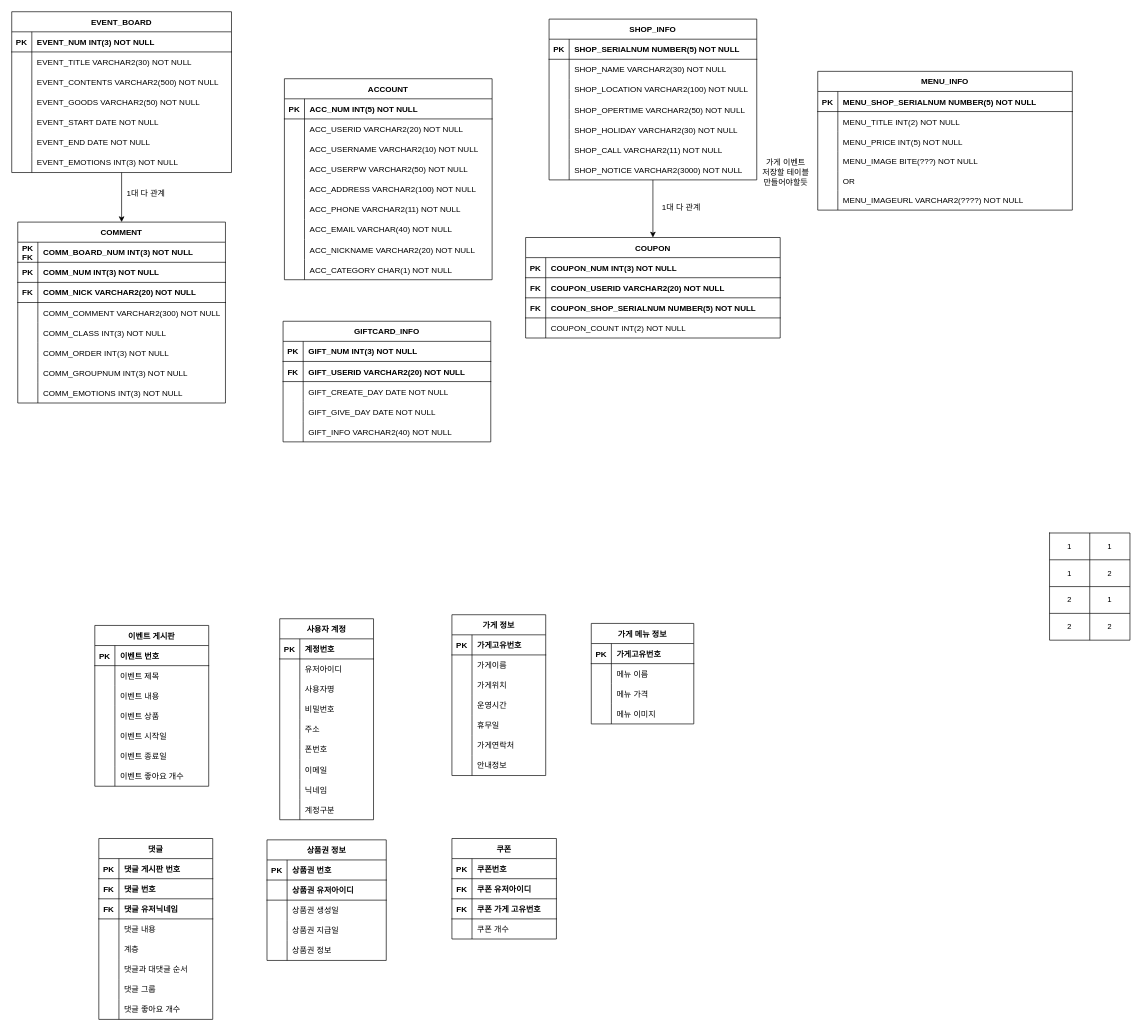
Before: page "ENGLISH" (1 of 2) of ERD_capstone.drawio in jgy2808/TERM_Project, a draw.io diagram. Source tidied: cells renumbered, new cells numbered last; positions are measured from the earlier drawing's top-left corner, leaving out a move shared by most shapes. Both pictures are drawn from the tidied source at 67%, with x=0, y=0 at pixel (11, 11).
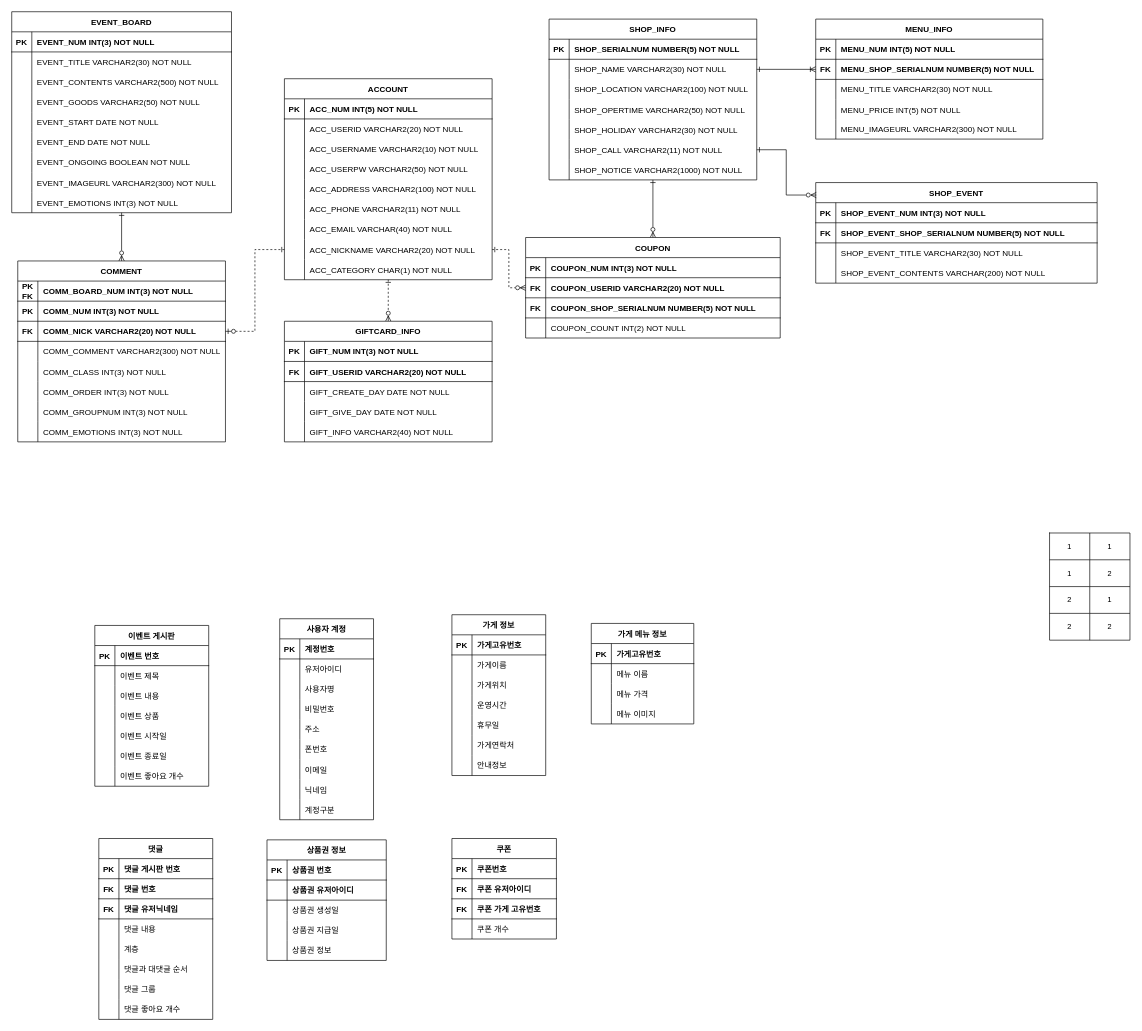
The same diagram, later.

The change refers to these unchanged cells:
```xml
<mxCell id="2" value="ACCOUNT" style="shape=table;startSize=30;childLayout=tableLayout;rowLines=0;fontStyle=1;align=center;" parent="1" vertex="1">
  <mxGeometry x="407" y="100" width="310" height="300" as="geometry" />
</mxCell>
<mxCell id="24" style="shape=partialRectangle;fillColor=none;points=[[0,0.5],[1,0.5]];portConstraint=eastwest;top=0;left=0;right=0;bottom=0;" parent="2" vertex="1">
  <mxGeometry y="240" width="310" height="30" as="geometry" />
</mxCell>
<mxCell id="54" value="SHOP_INFO" style="shape=table;startSize=30;childLayout=tableLayout;rowLines=0;fontStyle=1;align=center;" parent="1" vertex="1">
  <mxGeometry x="802" y="11" width="310" height="240" as="geometry" />
</mxCell>
<mxCell id="58" style="shape=partialRectangle;fillColor=none;points=[[0,0.5],[1,0.5]];portConstraint=eastwest;top=0;left=0;right=0;bottom=0;" parent="54" vertex="1">
  <mxGeometry y="60" width="310" height="30" as="geometry" />
</mxCell>
<mxCell id="70" style="shape=partialRectangle;fillColor=none;points=[[0,0.5],[1,0.5]];portConstraint=eastwest;top=0;left=0;right=0;bottom=0;" parent="54" vertex="1">
  <mxGeometry y="180" width="310" height="30" as="geometry" />
</mxCell>
<mxCell id="73" style="shape=partialRectangle;fillColor=none;top=0;left=0;right=0;bottom=0;" parent="54" vertex="1">
  <mxGeometry y="210" width="310" height="30" as="geometry" />
</mxCell>
<mxCell id="83" style="shape=partialRectangle;fillColor=none;points=[[0,0.5],[1,0.5]];portConstraint=eastwest;top=0;left=0;right=0;bottom=1;" parent="76" vertex="1">
  <mxGeometry y="90" width="310" height="30" as="geometry" />
</mxCell>
<mxCell id="230" value="COUPON" style="shape=table;startSize=30;childLayout=tableLayout;rowLines=0;fontStyle=1;align=center;" parent="1" vertex="1">
  <mxGeometry x="767" y="337" width="380" height="150" as="geometry" />
</mxCell>
<mxCell id="234" style="shape=partialRectangle;fillColor=none;points=[[0,0.5],[1,0.5]];portConstraint=eastwest;top=0;left=0;right=0;bottom=1;" parent="230" vertex="1">
  <mxGeometry y="60" width="380" height="30" as="geometry" />
</mxCell>
```

What changed in the source:
```diff
@@
+    <mxCell id="305" style="edgeStyle=orthogonalEdgeStyle;rounded=0;jettySize=auto;html=1;dashed=1;startArrow=ERone;startFill=0;endArrow=ERzeroToMany;endFill=0;" parent="1" edge="1" source="2" target="198">
+      <mxGeometry relative="1" as="geometry" />
+    </mxCell>
@@
-    <mxCell id="30" style="edgeStyle=orthogonalEdgeStyle;rounded=0;jettySize=auto;html=1;" parent="1" edge="1" source="31" target="76">
+    <mxCell id="30" style="edgeStyle=orthogonalEdgeStyle;rounded=0;jettySize=auto;html=1;startArrow=ERone;startFill=0;endArrow=ERzeroToMany;endFill=0;" parent="1" edge="1" source="31" target="76">
       <mxGeometry relative="1" as="geometry" />
     </mxCell>
     <mxCell id="31" value="EVENT_BOARD" style="shape=table;startSize=30;childLayout=tableLayout;rowLines=0;fontStyle=1;align=center;" parent="1" vertex="1">
-      <mxGeometry width="328" height="240" as="geometry" />
+      <mxGeometry width="328" height="300" as="geometry" />
     </mxCell>
@@
+    <mxCell id="306" style="shape=partialRectangle;fillColor=none;top=0;left=0;right=0;bottom=0;" parent="31" vertex="1">
+      <mxGeometry y="210" width="328" height="30" as="geometry" />
+    </mxCell>
+    <mxCell id="307" style="shape=partialRectangle;overflow=hidden;fillColor=none;top=0;left=0;bottom=0;right=0;" parent="306" vertex="1">
+      <mxGeometry width="30" height="30" as="geometry" />
+    </mxCell>
+    <mxCell id="308" value="EVENT_ONGOING BOOLEAN NOT NULL" style="shape=partialRectangle;overflow=hidden;fillColor=none;top=0;left=0;bottom=0;right=0;align=left;spacingLeft=6;" parent="306" vertex="1">
+      <mxGeometry x="30" width="298" height="30" as="geometry" />
+    </mxCell>
+    <mxCell id="309" style="shape=partialRectangle;fillColor=none;top=0;left=0;right=0;bottom=0;" parent="31" vertex="1">
+      <mxGeometry y="240" width="328" height="30" as="geometry" />
+    </mxCell>
+    <mxCell id="310" style="shape=partialRectangle;overflow=hidden;fillColor=none;top=0;left=0;bottom=0;right=0;" parent="309" vertex="1">
+      <mxGeometry width="30" height="30" as="geometry" />
+    </mxCell>
+    <mxCell id="311" value="EVENT_IMAGEURL VARCHAR2(300) NOT NULL" style="shape=partialRectangle;overflow=hidden;fillColor=none;top=0;left=0;bottom=0;right=0;align=left;spacingLeft=6;" parent="309" vertex="1">
+      <mxGeometry x="30" width="298" height="30" as="geometry" />
+    </mxCell>
     <mxCell id="50" style="shape=partialRectangle;fillColor=none;top=0;left=0;right=0;bottom=0;" parent="31" vertex="1">
-      <mxGeometry y="210" width="328" height="30" as="geometry" />
+      <mxGeometry y="270" width="328" height="30" as="geometry" />
     </mxCell>
@@
-    <mxCell id="53" style="edgeStyle=orthogonalEdgeStyle;rounded=0;jettySize=auto;html=1;" parent="1" edge="1" source="54" target="230">
+    <mxCell id="53" style="edgeStyle=orthogonalEdgeStyle;rounded=0;jettySize=auto;html=1;startArrow=ERone;startFill=0;endArrow=ERzeroToMany;endFill=0;" parent="1" edge="1" source="54" target="230">
       <mxGeometry relative="1" as="geometry" />
     </mxCell>
@@
-    <mxCell id="75" value="SHOP_NOTICE VARCHAR2(3000) NOT NULL" style="shape=partialRectangle;overflow=hidden;fillColor=none;top=0;left=0;bottom=0;right=0;align=left;spacingLeft=6;" parent="73" vertex="1">
+    <mxCell id="75" value="SHOP_NOTICE VARCHAR2(1000) NOT NULL" style="shape=partialRectangle;overflow=hidden;fillColor=none;top=0;left=0;bottom=0;right=0;align=left;spacingLeft=6;" parent="73" vertex="1">
       <mxGeometry x="30" width="280" height="30" as="geometry" />
     </mxCell>
     <mxCell id="76" value="COMMENT" style="shape=table;startSize=30;childLayout=tableLayout;rowLines=0;fontStyle=1;align=center;" parent="1" vertex="1">
-      <mxGeometry x="9" y="314" width="310" height="270" as="geometry" />
+      <mxGeometry x="9" y="372" width="310" height="270" as="geometry" />
     </mxCell>
@@
     <mxCell id="198" value="GIFTCARD_INFO" style="shape=table;startSize=30;childLayout=tableLayout;rowLines=0;fontStyle=1;align=center;" parent="1" vertex="1">
-      <mxGeometry x="405" y="462" width="310" height="180" as="geometry" />
+      <mxGeometry x="407" y="462" width="310" height="180" as="geometry" />
     </mxCell>
@@
-    <mxCell id="244" value="1대 다 관계" style="text;html=1;align=center;verticalAlign=middle;strokeColor=none;fillColor=none;" parent="1" vertex="1">
-      <mxGeometry x="164" y="263" width="72" height="18" as="geometry" />
-    </mxCell>
-    <mxCell id="245" value="1대 다 관계" style="text;html=1;align=center;verticalAlign=middle;strokeColor=none;fillColor=none;" parent="1" vertex="1">
-      <mxGeometry x="963" y="283" width="72" height="18" as="geometry" />
-    </mxCell>
     <mxCell id="246" value="MENU_INFO" style="shape=table;startSize=30;childLayout=tableLayout;rowLines=0;fontStyle=1;align=center;" parent="1" vertex="1">
-      <mxGeometry x="1203" y="89" width="380" height="207.1" as="geometry" />
+      <mxGeometry x="1200" y="11" width="339" height="179.1" as="geometry" />
     </mxCell>
+    <mxCell id="312" style="shape=partialRectangle;fillColor=none;top=0;left=0;right=0;bottom=1;" parent="246" vertex="1">
+      <mxGeometry y="30" width="339" height="30" as="geometry" />
+    </mxCell>
+    <mxCell id="313" value="PK" style="shape=partialRectangle;overflow=hidden;fillColor=none;top=0;left=0;bottom=0;right=0;fontStyle=1;" parent="312" vertex="1">
+      <mxGeometry width="30" height="30" as="geometry" />
+    </mxCell>
+    <mxCell id="314" value="MENU_NUM INT(5) NOT NULL" style="shape=partialRectangle;overflow=hidden;fillColor=none;top=0;left=0;bottom=0;right=0;align=left;spacingLeft=6;fontStyle=1;" parent="312" vertex="1">
+      <mxGeometry x="30" width="309" height="30" as="geometry" />
+    </mxCell>
     <mxCell id="247" style="shape=partialRectangle;fillColor=none;points=[[0,0.5],[1,0.5]];portConstraint=eastwest;top=0;left=0;right=0;bottom=1;" parent="246" vertex="1">
-      <mxGeometry y="30" width="380" height="30" as="geometry" />
+      <mxGeometry y="60" width="339" height="30" as="geometry" />
     </mxCell>
-    <mxCell id="248" value="PK" style="shape=partialRectangle;overflow=hidden;fillColor=none;top=0;left=0;bottom=0;right=0;fontStyle=1;" parent="247" vertex="1">
+    <mxCell id="248" value="FK" style="shape=partialRectangle;overflow=hidden;fillColor=none;top=0;left=0;bottom=0;right=0;fontStyle=1;" parent="247" vertex="1">
       <mxGeometry width="30" height="30" as="geometry" />
     </mxCell>
     <mxCell id="249" value="MENU_SHOP_SERIALNUM NUMBER(5) NOT NULL" style="shape=partialRectangle;overflow=hidden;fillColor=none;top=0;left=0;bottom=0;right=0;align=left;spacingLeft=6;fontStyle=1;" parent="247" vertex="1">
-      <mxGeometry x="30" width="350" height="30" as="geometry" />
+      <mxGeometry x="30" width="309" height="30" as="geometry" />
     </mxCell>
     <mxCell id="250" style="shape=partialRectangle;fillColor=none;top=0;left=0;right=0;bottom=0;" parent="246" vertex="1">
-      <mxGeometry y="60" width="380" height="30" as="geometry" />
+      <mxGeometry y="90" width="339" height="30" as="geometry" />
     </mxCell>
@@
-    <mxCell id="252" value="MENU_TITLE INT(2) NOT NULL" style="shape=partialRectangle;overflow=hidden;fillColor=none;top=0;left=0;bottom=0;right=0;align=left;spacingLeft=6;" parent="250" vertex="1">
-      <mxGeometry x="30" width="350" height="30" as="geometry" />
+    <mxCell id="252" value="MENU_TITLE VARCHAR2(30) NOT NULL" style="shape=partialRectangle;overflow=hidden;fillColor=none;top=0;left=0;bottom=0;right=0;align=left;spacingLeft=6;" parent="250" vertex="1">
+      <mxGeometry x="30" width="309" height="30" as="geometry" />
     </mxCell>
     <mxCell id="253" style="shape=partialRectangle;fillColor=none;top=0;left=0;right=0;bottom=0;" parent="246" vertex="1">
-      <mxGeometry y="90" width="380" height="30" as="geometry" />
+      <mxGeometry y="120" width="339" height="30" as="geometry" />
     </mxCell>
@@
     <mxCell id="255" value="MENU_PRICE INT(5) NOT NULL" style="shape=partialRectangle;overflow=hidden;fillColor=none;top=0;left=0;bottom=0;right=0;align=left;spacingLeft=6;" parent="253" vertex="1">
-      <mxGeometry x="30" width="350" height="30" as="geometry" />
+      <mxGeometry x="30" width="309" height="30" as="geometry" />
     </mxCell>
-    <mxCell id="256" style="shape=partialRectangle;fillColor=none;top=0;left=0;right=0;bottom=0;" parent="246" vertex="1">
-      <mxGeometry y="120" width="380" height="29" as="geometry" />
-    </mxCell>
-    <mxCell id="257" style="shape=partialRectangle;overflow=hidden;fillColor=none;top=0;left=0;bottom=0;right=0;" parent="256" vertex="1">
-      <mxGeometry width="30" height="29" as="geometry" />
-    </mxCell>
-    <mxCell id="258" value="MENU_IMAGE BITE(???) NOT NULL" style="shape=partialRectangle;overflow=hidden;fillColor=none;top=0;left=0;bottom=0;right=0;align=left;spacingLeft=6;" parent="256" vertex="1">
-      <mxGeometry x="30" width="350" height="29" as="geometry" />
-    </mxCell>
-    <mxCell id="259" style="shape=partialRectangle;fillColor=none;top=0;left=0;right=0;bottom=0;" parent="246" vertex="1">
-      <mxGeometry y="149" width="380" height="29" as="geometry" />
-    </mxCell>
-    <mxCell id="260" style="shape=partialRectangle;overflow=hidden;fillColor=none;top=0;left=0;bottom=0;right=0;" parent="259" vertex="1">
-      <mxGeometry width="30" height="29" as="geometry" />
-    </mxCell>
-    <mxCell id="261" value="OR" style="shape=partialRectangle;overflow=hidden;fillColor=none;top=0;left=0;bottom=0;right=0;align=left;spacingLeft=6;" parent="259" vertex="1">
-      <mxGeometry x="30" width="350" height="29" as="geometry" />
-    </mxCell>
     <mxCell id="262" style="shape=partialRectangle;fillColor=none;top=0;left=0;right=0;bottom=0;" parent="246" vertex="1">
-      <mxGeometry y="178" width="380" height="29" as="geometry" />
+      <mxGeometry y="150" width="339" height="29" as="geometry" />
     </mxCell>
@@
-    <mxCell id="264" value="MENU_IMAGEURL VARCHAR2(????) NOT NULL" style="shape=partialRectangle;overflow=hidden;fillColor=none;top=0;left=0;bottom=0;right=0;align=left;spacingLeft=6;" parent="262" vertex="1">
-      <mxGeometry x="30" width="350" height="29" as="geometry" />
+    <mxCell id="264" value="MENU_IMAGEURL VARCHAR2(300) NOT NULL" style="shape=partialRectangle;overflow=hidden;fillColor=none;top=0;left=0;bottom=0;right=0;align=left;spacingLeft=6;" parent="262" vertex="1">
+      <mxGeometry x="30" width="309" height="29" as="geometry" />
     </mxCell>
@@
-    <mxCell id="278" value="가게 이벤트&lt;br&gt;저장할 테이블&lt;br&gt;만들어야할듯" style="text;html=1;align=center;verticalAlign=middle;strokeColor=none;fillColor=none;" parent="1" vertex="1">
-      <mxGeometry x="1112" y="217" width="85" height="46" as="geometry" />
-    </mxCell>
@@
+    <mxCell id="315" value="SHOP_EVENT" style="shape=table;startSize=30;childLayout=tableLayout;rowLines=0;fontStyle=1;align=center;" parent="1" vertex="1">
+      <mxGeometry x="1200" y="255" width="420" height="150.1" as="geometry" />
+    </mxCell>
+    <mxCell id="316" style="shape=partialRectangle;fillColor=none;top=0;left=0;right=0;bottom=1;" parent="315" vertex="1">
+      <mxGeometry y="30" width="420" height="30" as="geometry" />
+    </mxCell>
+    <mxCell id="317" value="PK" style="shape=partialRectangle;overflow=hidden;fillColor=none;top=0;left=0;bottom=0;right=0;fontStyle=1;" parent="316" vertex="1">
+      <mxGeometry width="30" height="30" as="geometry" />
+    </mxCell>
+    <mxCell id="318" value="SHOP_EVENT_NUM INT(3) NOT NULL" style="shape=partialRectangle;overflow=hidden;fillColor=none;top=0;left=0;bottom=0;right=0;align=left;spacingLeft=6;fontStyle=1;" parent="316" vertex="1">
+      <mxGeometry x="30" width="390" height="30" as="geometry" />
+    </mxCell>
+    <mxCell id="319" style="shape=partialRectangle;fillColor=none;top=0;left=0;right=0;bottom=1;" parent="315" vertex="1">
+      <mxGeometry y="60" width="420" height="30" as="geometry" />
+    </mxCell>
+    <mxCell id="320" value="FK" style="shape=partialRectangle;overflow=hidden;fillColor=none;top=0;left=0;bottom=0;right=0;fontStyle=1;" parent="319" vertex="1">
+      <mxGeometry width="30" height="30" as="geometry" />
+    </mxCell>
+    <mxCell id="321" value="SHOP_EVENT_SHOP_SERIALNUM NUMBER(5) NOT NULL" style="shape=partialRectangle;overflow=hidden;fillColor=none;top=0;left=0;bottom=0;right=0;align=left;spacingLeft=6;fontStyle=1;" parent="319" vertex="1">
+      <mxGeometry x="30" width="390" height="30" as="geometry" />
+    </mxCell>
+    <mxCell id="322" style="shape=partialRectangle;fillColor=none;top=0;left=0;right=0;bottom=0;" parent="315" vertex="1">
+      <mxGeometry y="90" width="420" height="30" as="geometry" />
+    </mxCell>
+    <mxCell id="323" style="shape=partialRectangle;overflow=hidden;fillColor=none;top=0;left=0;bottom=0;right=0;" parent="322" vertex="1">
+      <mxGeometry width="30" height="30" as="geometry" />
+    </mxCell>
+    <mxCell id="324" value="SHOP_EVENT_TITLE VARCHAR2(30) NOT NULL" style="shape=partialRectangle;overflow=hidden;fillColor=none;top=0;left=0;bottom=0;right=0;align=left;spacingLeft=6;" parent="322" vertex="1">
+      <mxGeometry x="30" width="390" height="30" as="geometry" />
+    </mxCell>
+    <mxCell id="325" style="shape=partialRectangle;fillColor=none;top=0;left=0;right=0;bottom=0;" parent="315" vertex="1">
+      <mxGeometry y="120" width="420" height="30" as="geometry" />
+    </mxCell>
+    <mxCell id="326" style="shape=partialRectangle;overflow=hidden;fillColor=none;top=0;left=0;bottom=0;right=0;" parent="325" vertex="1">
+      <mxGeometry width="30" height="30" as="geometry" />
+    </mxCell>
+    <mxCell id="327" value="SHOP_EVENT_CONTENTS VARCHAR(200) NOT NULL" style="shape=partialRectangle;overflow=hidden;fillColor=none;top=0;left=0;bottom=0;right=0;align=left;spacingLeft=6;" parent="325" vertex="1">
+      <mxGeometry x="30" width="390" height="30" as="geometry" />
+    </mxCell>
+    <mxCell id="328" style="edgeStyle=orthogonalEdgeStyle;rounded=0;jettySize=auto;html=1;entryX=1;entryY=0.5;entryDx=0;entryDy=0;dashed=1;startArrow=ERone;startFill=0;endArrow=ERzeroToOne;endFill=0;" parent="1" edge="1" source="24" target="83">
+      <mxGeometry relative="1" as="geometry" />
+    </mxCell>
+    <mxCell id="329" style="edgeStyle=orthogonalEdgeStyle;rounded=0;jettySize=auto;html=1;entryX=0;entryY=0.5;entryDx=0;entryDy=0;dashed=1;startArrow=ERone;startFill=0;endArrow=ERzeroToMany;endFill=0;" parent="1" edge="1" source="24" target="234">
+      <mxGeometry relative="1" as="geometry" />
+    </mxCell>
+    <mxCell id="330" style="edgeStyle=orthogonalEdgeStyle;rounded=0;jettySize=auto;html=1;entryX=0;entryY=0.5;entryDx=0;entryDy=0;startArrow=ERone;startFill=0;endArrow=ERoneToMany;endFill=0;" parent="1" edge="1" source="58" target="247">
+      <mxGeometry relative="1" as="geometry" />
+    </mxCell>
+    <mxCell id="331" style="edgeStyle=orthogonalEdgeStyle;rounded=0;jettySize=auto;html=1;entryX=0.002;entryY=0.124;entryDx=0;entryDy=0;entryPerimeter=0;startArrow=ERone;startFill=0;endArrow=ERzeroToMany;endFill=0;" parent="1" edge="1" source="70" target="315">
+      <mxGeometry relative="1" as="geometry" />
+    </mxCell>
```
